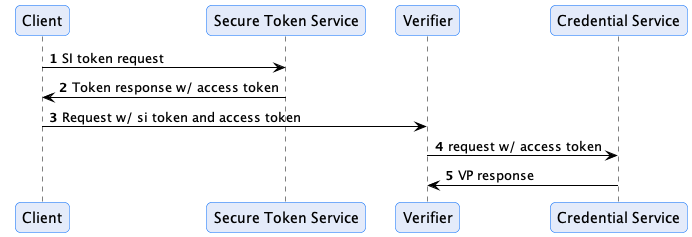
Above: specifications/M1/auth.flow.png in eclipse-tractusx/ssi-docu (PlantUML), before the change. Its source is kept beside it as specifications/M1/auth.flow.puml. Its diagram source:
```plantuml
@startuml
!pragma layout smetana

!include diagram.styles.puml

autonumber

participant "Client" as C
participant "Secure Token Service" as STS
participant "Verifier" as V
participant "Credential Service" as CS

C -> STS: SI token request
STS -> C: Token response w/ access token

C-> V: Request w/ si token and access token
V-> CS: request w/ access token
CS ->V: VP response
@enduml
```
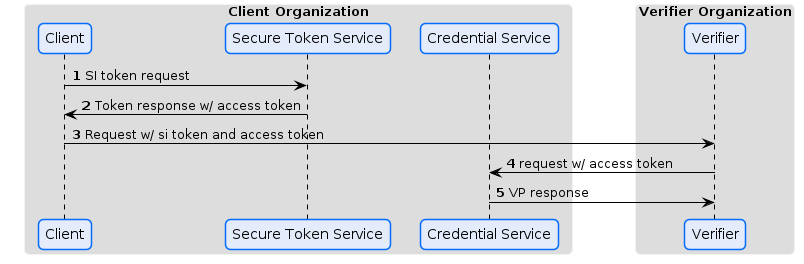
The same file after the commit.

Commit message:
Clarify the logical (organization) structure

The edit, as a diff of the source:
```diff
@@ -5,10 +5,15 @@
 
 autonumber
 
+box "Client Organization"
 participant "Client" as C
 participant "Secure Token Service" as STS
+participant "Credential Service" as CS
+end box
+
+box "Verifier Organization"
 participant "Verifier" as V
-participant "Credential Service" as CS
+end box
 
 C -> STS: SI token request
 STS -> C: Token response w/ access token
```
